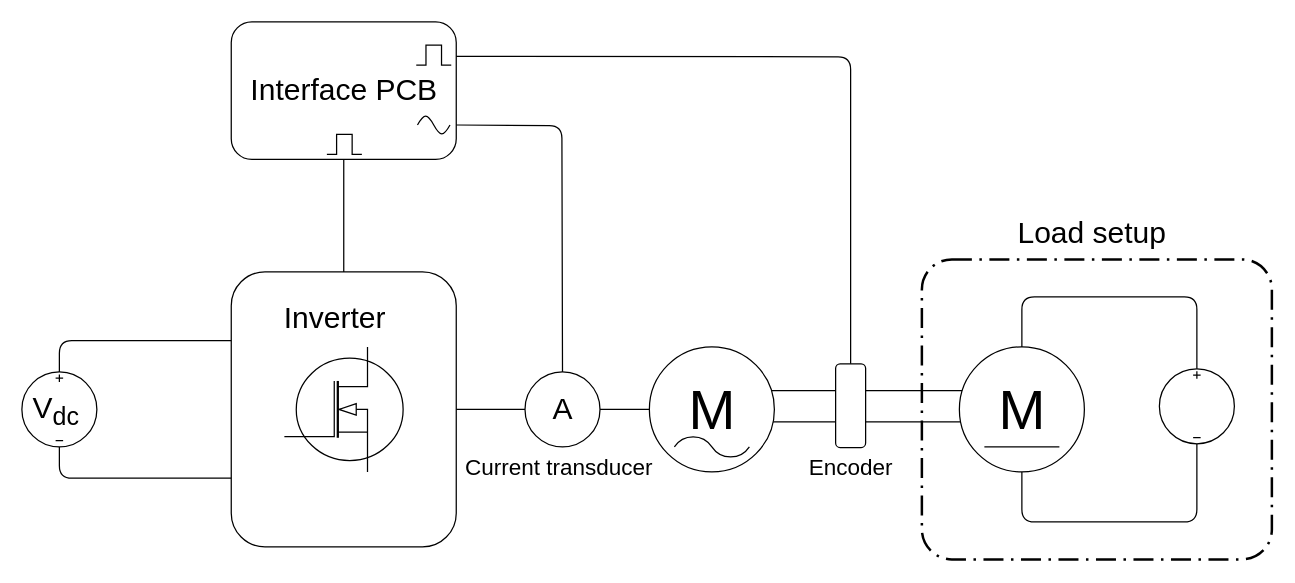
This is Report/Diagrams/Test Setup/Test_setup.drawio from NicolaiFransen/SemesterProjectPED2, a draw.io file, before an edit. Source tidied: cells renumbered, new cells numbered last; positions are measured from the earlier drawing's top-left corner, leaving out a move shared by most shapes. Both pictures are drawn from the tidied source at 125%, with x=0, y=0 at pixel (21, 21).
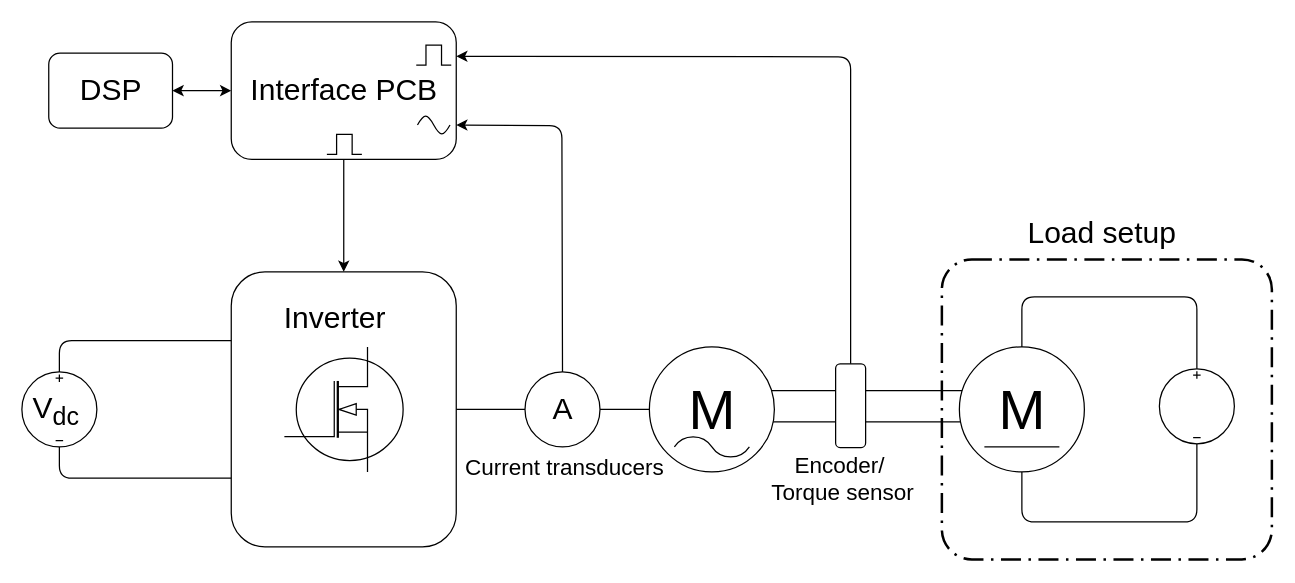
Above is the later version.

Unchanged cells that the change refers to:
```xml
<mxCell id="3" style="rounded=1;whiteSpace=wrap;html=1;" parent="1" vertex="1">
  <mxGeometry x="167.5" y="200" width="180" height="220" as="geometry" />
</mxCell>
<mxCell id="8" value="&lt;font style=&quot;font-size: 24px&quot;&gt;Interface PCB&lt;/font&gt;" style="rounded=1;whiteSpace=wrap;html=1;" parent="1" vertex="1">
  <mxGeometry x="167.5" width="180" height="110" as="geometry" />
</mxCell>
<mxCell id="20" value="&lt;font style=&quot;font-size: 24px&quot;&gt;A&lt;/font&gt;" style="ellipse;whiteSpace=wrap;html=1;shadow=0;" parent="1" vertex="1">
  <mxGeometry x="402.5" y="280" width="60" height="60" as="geometry" />
</mxCell>
<mxCell id="25" style="rounded=1;whiteSpace=wrap;html=1;shadow=0;rotation=90;" parent="1" vertex="1">
  <mxGeometry x="629.5" y="295" width="67" height="24" as="geometry" />
</mxCell>
```

The edit, as a diff of the source:
```diff
@@
     <mxCell id="18" style="rounded=1;arcSize=10;dashed=1;strokeColor=#000000;fillColor=none;gradientColor=none;dashPattern=8 3 1 3;strokeWidth=2;shadow=0;" parent="1" vertex="1">
-      <mxGeometry x="720" y="190" width="280" height="240" as="geometry" />
+      <mxGeometry x="736" y="190" width="264" height="240" as="geometry" />
     </mxCell>
     <mxCell id="19" value="&lt;font style=&quot;font-size: 24px&quot;&gt;Load setup&lt;/font&gt;" style="text;html=1;align=left;verticalAlign=top;spacingTop=-4;" parent="1" vertex="1">
-      <mxGeometry x="795" y="151.5" width="130" height="20" as="geometry" />
+      <mxGeometry x="803" y="151.5" width="130" height="20" as="geometry" />
     </mxCell>
@@
-    <mxCell id="21" style="endArrow=none;html=1;exitX=0.5;exitY=0;exitDx=0;exitDy=0;entryX=0.5;entryY=1;entryDx=0;entryDy=0;" parent="1" edge="1" source="3" target="8">
+    <mxCell id="21" style="endArrow=none;html=1;exitX=0.5;exitY=0;exitDx=0;exitDy=0;entryX=0.5;entryY=1;entryDx=0;entryDy=0;startArrow=classic;startFill=1;" parent="1" edge="1" source="3" target="8">
       <mxGeometry relative="1" as="geometry" />
     </mxCell>
@@
-    <mxCell id="24" style="endArrow=none;html=1;entryX=0.5;entryY=0;entryDx=0;entryDy=0;exitX=1;exitY=0.75;exitDx=0;exitDy=0;" parent="1" edge="1" source="8" target="20">
+    <mxCell id="24" style="endArrow=none;html=1;entryX=0.5;entryY=0;entryDx=0;entryDy=0;exitX=1;exitY=0.75;exitDx=0;exitDy=0;startArrow=classic;startFill=1;" parent="1" edge="1" source="8" target="20">
       <mxGeometry relative="1" as="geometry">
         <Array as="points">
           <mxPoint x="432" y="83" />
         </Array>
       </mxGeometry>
     </mxCell>
@@
-    <mxCell id="26" style="endArrow=none;html=1;entryX=0;entryY=0.5;entryDx=0;entryDy=0;exitX=1;exitY=0.25;exitDx=0;exitDy=0;" parent="1" edge="1" source="8" target="25">
+    <mxCell id="26" style="endArrow=none;html=1;entryX=0;entryY=0.5;entryDx=0;entryDy=0;exitX=1;exitY=0.25;exitDx=0;exitDy=0;startArrow=classic;startFill=1;" parent="1" edge="1" source="8" target="25">
       <mxGeometry relative="1" as="geometry">
         <Array as="points">
           <mxPoint x="663" y="28" />
         </Array>
       </mxGeometry>
     </mxCell>
@@
-    <mxCell id="28" value="&lt;font style=&quot;font-size: 18px&quot;&gt;Current transducer&lt;/font&gt;" style="text;html=1;align=left;verticalAlign=top;spacingTop=-4;" parent="1" vertex="1">
-      <mxGeometry x="352.5" y="344" width="160" height="16" as="geometry" />
+    <mxCell id="28" value="&lt;font style=&quot;font-size: 18px&quot;&gt;Current transducers&lt;/font&gt;" style="text;html=1;align=left;verticalAlign=top;spacingTop=-4;" parent="1" vertex="1">
+      <mxGeometry x="352.5" y="344" width="169" height="16" as="geometry" />
     </mxCell>
-    <mxCell id="29" value="&lt;font style=&quot;font-size: 18px&quot;&gt;Encoder&lt;/font&gt;" style="text;html=1;align=left;verticalAlign=top;spacingTop=-4;" parent="1" vertex="1">
-      <mxGeometry x="627.5" y="344" width="77" height="16" as="geometry" />
+    <mxCell id="29" value="&lt;div style=&quot;text-align: center&quot;&gt;&lt;span style=&quot;font-size: 18px&quot;&gt;Encoder/&amp;nbsp;&lt;/span&gt;&lt;/div&gt;&lt;font style=&quot;font-size: 18px&quot;&gt;&lt;div style=&quot;text-align: center&quot;&gt;&lt;span&gt;Torque sensor&lt;/span&gt;&lt;/div&gt;&lt;/font&gt;" style="text;html=1;align=left;verticalAlign=top;spacingTop=-4;" parent="1" vertex="1">
+      <mxGeometry x="597.5" y="342" width="124" height="30" as="geometry" />
     </mxCell>
+    <mxCell id="30" value="&lt;font style=&quot;font-size: 24px&quot;&gt;DSP&lt;/font&gt;" style="rounded=1;whiteSpace=wrap;html=1;" parent="1" vertex="1">
+      <mxGeometry x="21.5" y="25" width="99" height="60" as="geometry" />
+    </mxCell>
+    <mxCell id="31" style="endArrow=classic;startArrow=classic;html=1;entryX=0;entryY=0.5;entryDx=0;entryDy=0;exitX=1;exitY=0.5;exitDx=0;exitDy=0;" parent="1" edge="1" source="30" target="8">
+      <mxGeometry relative="1" as="geometry" />
+    </mxCell>
```
